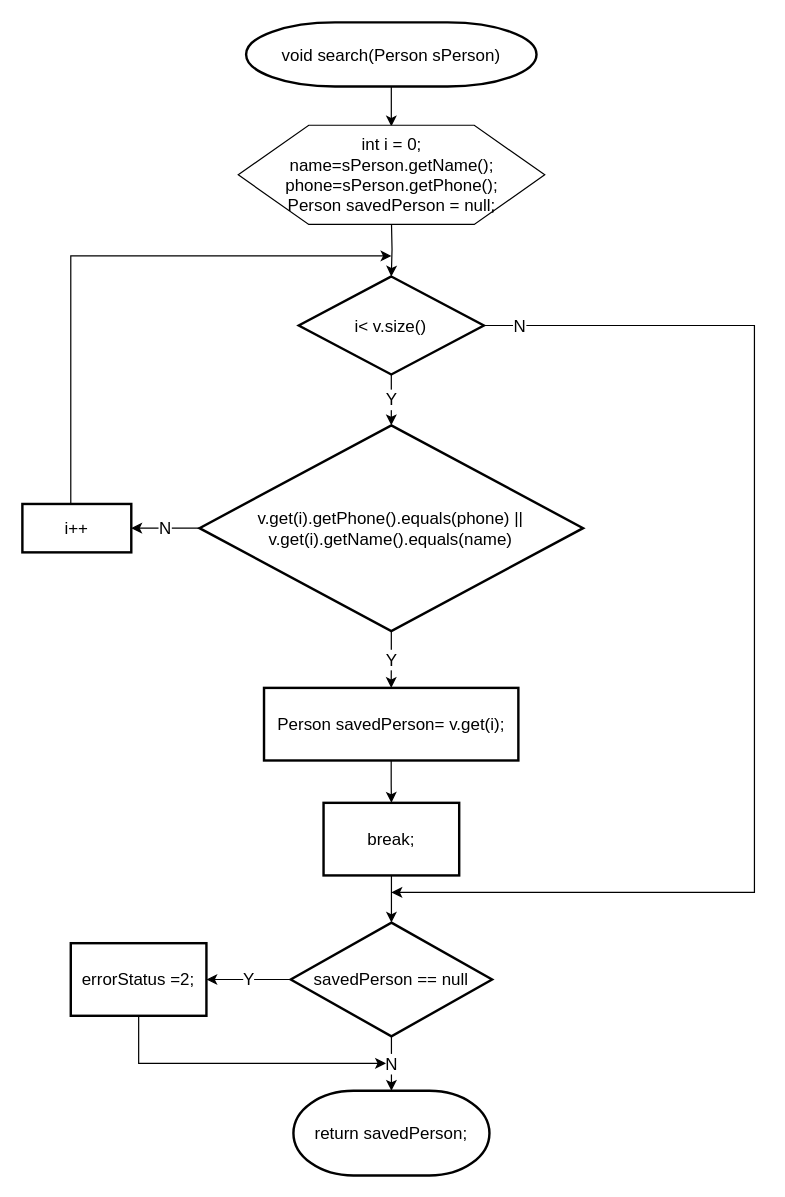
Earlier version of the draw.io diagram 순서도/Search 기능.drawio (skatld123/PH_list_java). Source tidied: cells renumbered, new cells numbered last; positions are measured from the earlier drawing's top-left corner, leaving out a move shared by most shapes. Both pictures are drawn from the tidied source at 121%, with x=0, y=0 at pixel (22, 22).
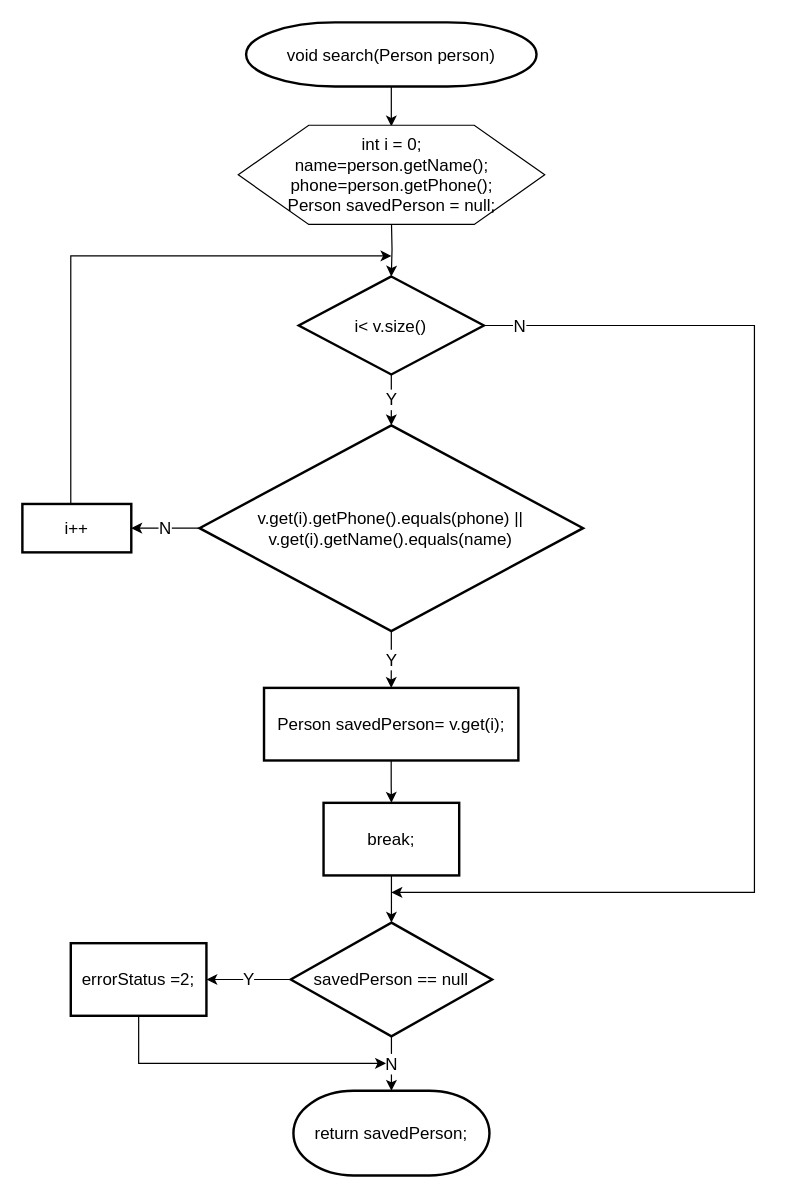
Above is the later version.

Commit message:
Search 기능.drawio 업데이트

What changed in the source:
```diff
@@
-    <mxCell id="12" value="&lt;span style=&quot;text-align: left; font-size: 14px;&quot;&gt;void search(Person sPerson)&lt;/span&gt;" style="strokeWidth=2;html=1;shape=mxgraph.flowchart.terminator;whiteSpace=wrap;fontSize=14;" parent="1" vertex="1">
+    <mxCell id="12" value="&lt;span style=&quot;text-align: left ; font-size: 14px&quot;&gt;void search(Person person)&lt;/span&gt;" style="strokeWidth=2;html=1;shape=mxgraph.flowchart.terminator;whiteSpace=wrap;fontSize=14;" parent="1" vertex="1">
       <mxGeometry x="184.9" width="240" height="53" as="geometry" />
     </mxCell>
@@
-    <mxCell id="23" value="&lt;span&gt;int i = 0;&lt;/span&gt;&lt;br&gt;&lt;span&gt;name=&lt;/span&gt;&lt;span style=&quot;text-align: left&quot;&gt;sPerson&lt;/span&gt;&lt;span&gt;.getName();&lt;/span&gt;&lt;br&gt;&lt;span&gt;phone=&lt;/span&gt;&lt;span style=&quot;text-align: left&quot;&gt;sPerson&lt;/span&gt;&lt;span&gt;.getPhone();&lt;/span&gt;&lt;br&gt;&lt;span&gt;Person savedPerson = null;&lt;/span&gt;" style="verticalLabelPosition=middle;verticalAlign=middle;html=1;shape=hexagon;perimeter=hexagonPerimeter2;arcSize=6;size=0.23000000000000115;fontSize=14;labelPosition=center;align=center;" parent="1" vertex="1">
+    <mxCell id="23" value="&lt;span&gt;int i = 0;&lt;/span&gt;&lt;br&gt;&lt;span&gt;name=&lt;/span&gt;&lt;span style=&quot;text-align: left&quot;&gt;person&lt;/span&gt;&lt;span&gt;.getName();&lt;/span&gt;&lt;br&gt;&lt;span&gt;phone=&lt;/span&gt;&lt;span style=&quot;text-align: left&quot;&gt;person&lt;/span&gt;&lt;span&gt;.getPhone();&lt;/span&gt;&lt;br&gt;&lt;span&gt;Person savedPerson = null;&lt;/span&gt;" style="verticalLabelPosition=middle;verticalAlign=middle;html=1;shape=hexagon;perimeter=hexagonPerimeter2;arcSize=6;size=0.23000000000000115;fontSize=14;labelPosition=center;align=center;" parent="1" vertex="1">
       <mxGeometry x="178.4" y="85" width="253.3" height="82" as="geometry" />
     </mxCell>
```
